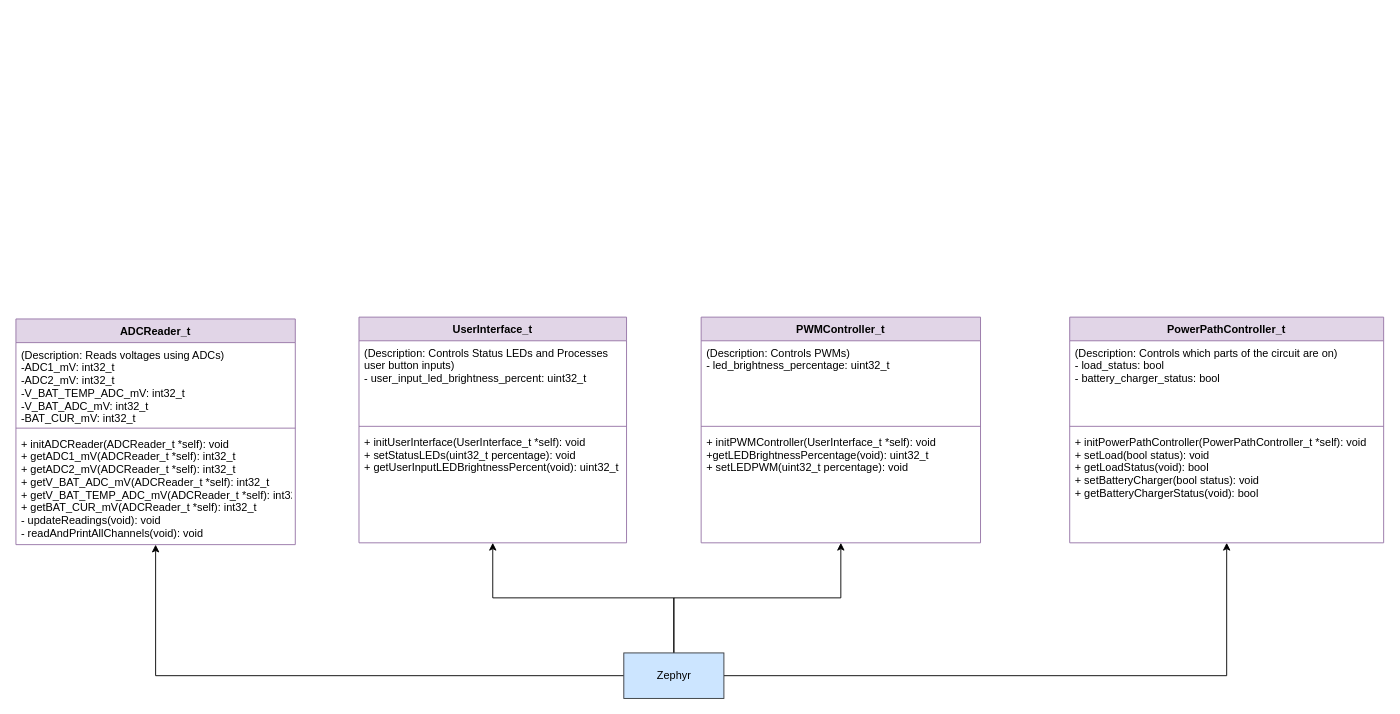
This is page "Copy of Page-1" (2 of 2) of doc/class_diagram.drawio from andrew-elsayeh/illumicarge_firmware, a draw.io file, before an edit. Source tidied: cells renumbered, new cells numbered last; positions are measured from the earlier drawing's top-left corner, leaving out a move shared by most shapes. Both pictures are drawn from the tidied source at 91%, with x=0, y=0 at pixel (15, 317).
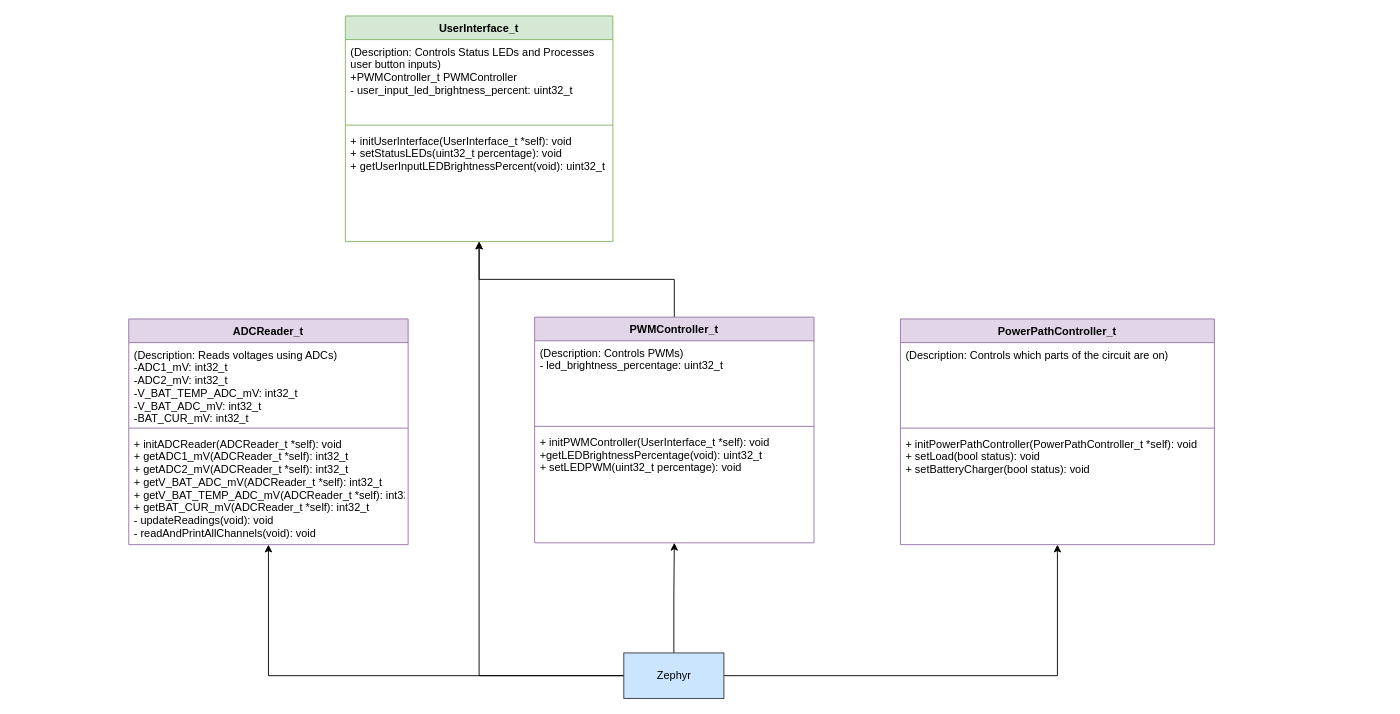
After the change.

Commit message (it also covers changes not shown here):
General Refactoring and restructuring User Interface and Updating Docs

Change to the diagram source:
```diff
@@
     <mxCell id="2" value="ADCReader_t" style="swimlane;fontStyle=1;align=center;verticalAlign=top;horizontal=1;startSize=26;fontFamily=Avenir;fillColor=#e1d5e7;strokeColor=#9673a6;" parent="1" vertex="1">
-      <mxGeometry y="2" width="307" height="248" as="geometry" />
+      <mxGeometry x="124" y="2" width="307" height="248" as="geometry" />
     </mxCell>
@@
-    <mxCell id="6" value="UserInterface_t" style="swimlane;fontStyle=1;align=center;verticalAlign=top;horizontal=1;startSize=26;fontFamily=Avenir;fillColor=#e1d5e7;strokeColor=#9673a6;" parent="1" vertex="1">
-      <mxGeometry x="377" width="294" height="248" as="geometry" />
+    <mxCell id="6" value="UserInterface_t" style="swimlane;fontStyle=1;align=center;verticalAlign=top;horizontal=1;startSize=26;fontFamily=Avenir;fillColor=#d5e8d4;strokeColor=#82b366;" parent="1" vertex="1">
+      <mxGeometry x="362" y="-331" width="294" height="248" as="geometry" />
     </mxCell>
-    <mxCell id="7" value="(Description: Controls Status LEDs and Processes &#10;user button inputs)&#10;- user_input_led_brightness_percent: uint32_t " style="text;strokeColor=none;fillColor=none;align=left;verticalAlign=top;spacingLeft=4;spacingRight=4;overflow=hidden;fontFamily=Avenir;" parent="6" vertex="1">
+    <mxCell id="7" value="(Description: Controls Status LEDs and Processes &#10;user button inputs)&#10;+PWMController_t PWMController&#10;- user_input_led_brightness_percent: uint32_t " style="text;strokeColor=none;fillColor=none;align=left;verticalAlign=top;spacingLeft=4;spacingRight=4;overflow=hidden;fontFamily=Avenir;" parent="6" vertex="1">
       <mxGeometry y="26" width="294" height="90" as="geometry" />
     </mxCell>
@@
+    <mxCell id="23" style="edgeStyle=orthogonalEdgeStyle;rounded=0;jettySize=auto;html=1;" parent="1" edge="1" source="10" target="6">
+      <mxGeometry relative="1" as="geometry" />
+    </mxCell>
     <mxCell id="10" value="PWMController_t" style="swimlane;fontStyle=1;align=center;verticalAlign=top;horizontal=1;startSize=26;fontFamily=Avenir;fillColor=#e1d5e7;strokeColor=#9673a6;" parent="1" vertex="1">
-      <mxGeometry x="753" width="307" height="248" as="geometry" />
+      <mxGeometry x="570" width="307" height="248" as="geometry" />
     </mxCell>
@@
     <mxCell id="19" value="PowerPathController_t" style="swimlane;fontStyle=1;align=center;verticalAlign=top;horizontal=1;startSize=26;fontFamily=Avenir;fillColor=#e1d5e7;strokeColor=#9673a6;" parent="1" vertex="1">
-      <mxGeometry x="1158" width="345" height="248" as="geometry" />
+      <mxGeometry x="972" y="2" width="345" height="248" as="geometry" />
     </mxCell>
-    <mxCell id="20" value="(Description: Controls which parts of the circuit are on)&#10;- load_status: bool&#10;- battery_charger_status: bool" style="text;strokeColor=none;fillColor=none;align=left;verticalAlign=top;spacingLeft=4;spacingRight=4;overflow=hidden;fontFamily=Avenir;" parent="19" vertex="1">
+    <mxCell id="20" value="(Description: Controls which parts of the circuit are on)" style="text;strokeColor=none;fillColor=none;align=left;verticalAlign=top;spacingLeft=4;spacingRight=4;overflow=hidden;fontFamily=Avenir;" parent="19" vertex="1">
       <mxGeometry y="26" width="345" height="90" as="geometry" />
     </mxCell>
@@
-    <mxCell id="22" value="+ initPowerPathController(PowerPathController_t *self): void&#10;+ setLoad(bool status): void&#10;+ getLoadStatus(void): bool&#10;+ setBatteryCharger(bool status): void&#10;+ getBatteryChargerStatus(void): bool" style="text;strokeColor=none;fillColor=none;align=left;verticalAlign=top;spacingLeft=4;spacingRight=4;overflow=hidden;fontFamily=Avenir;" parent="19" vertex="1">
+    <mxCell id="22" value="+ initPowerPathController(PowerPathController_t *self): void&#10;+ setLoad(bool status): void&#10;+ setBatteryCharger(bool status): void&#10;&#10;" style="text;strokeColor=none;fillColor=none;align=left;verticalAlign=top;spacingLeft=4;spacingRight=4;overflow=hidden;fontFamily=Avenir;" parent="19" vertex="1">
       <mxGeometry y="124" width="345" height="124" as="geometry" />
     </mxCell>
```
